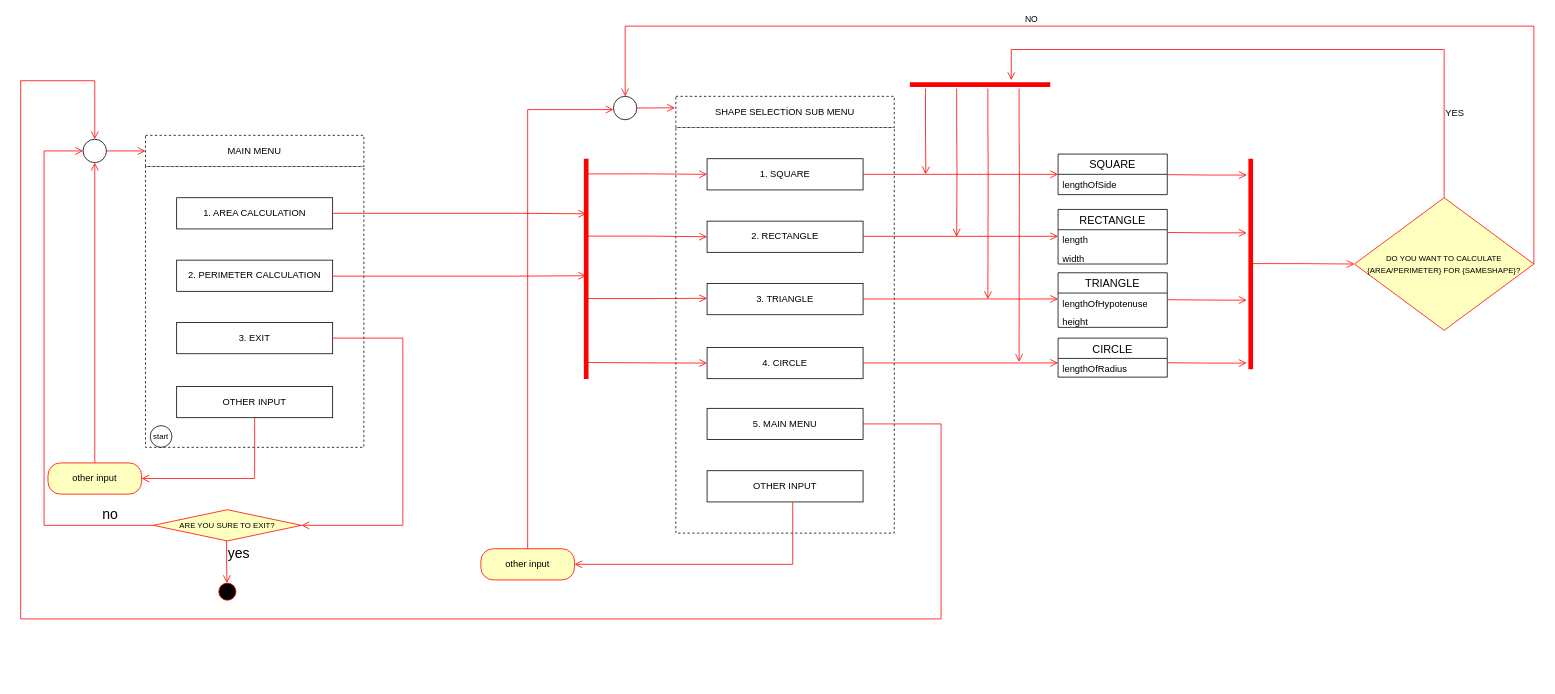
devAbbasAlasgarov/GeometricShapes keeps this draw.io diagram as GeometricShapes.drawio. Above is the earlier version. Source tidied: cells renumbered, new cells numbered last; positions are measured from the earlier drawing's top-left corner, leaving out a move shared by most shapes. Both pictures are drawn from the tidied source at 78%, with x=0, y=0 at pixel (20, 26).
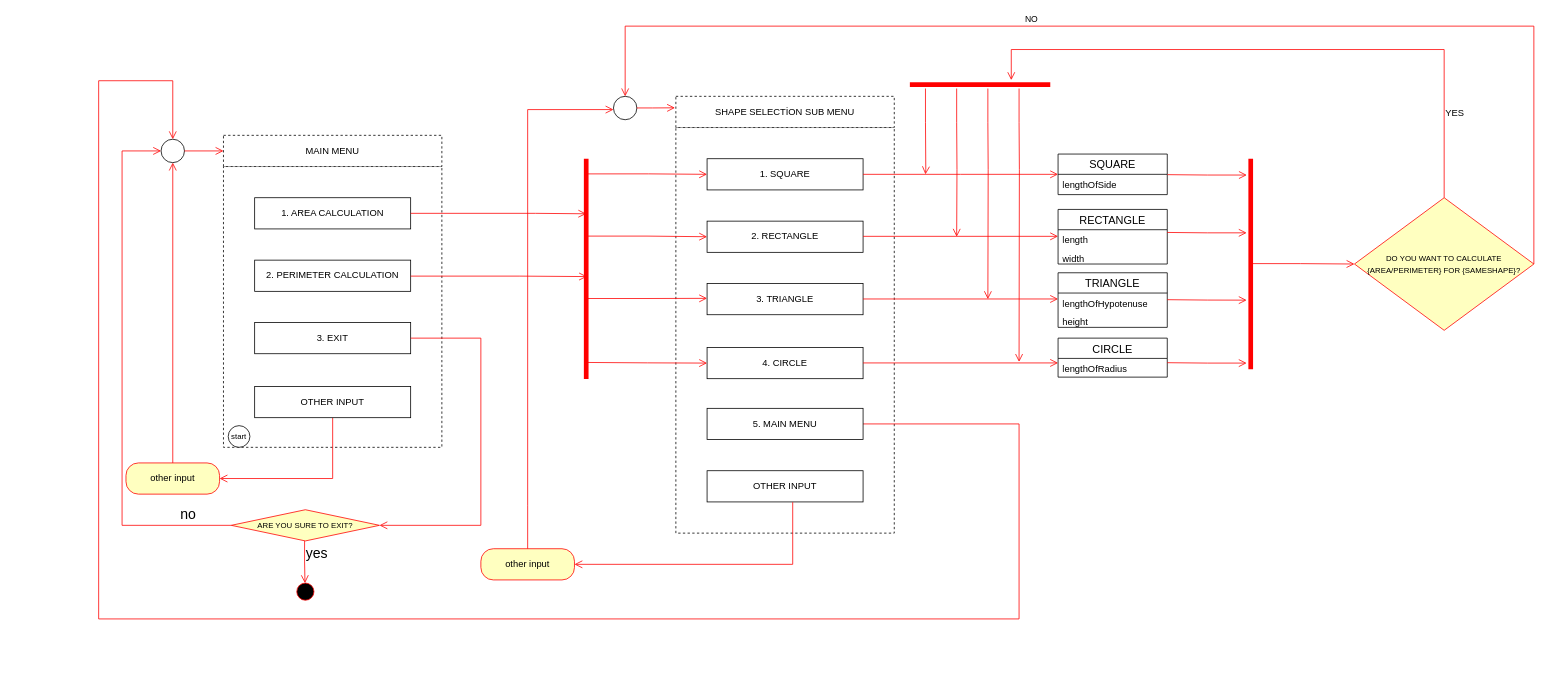
After the change.

The change refers to these unchanged cells:
```xml
<mxCell id="33" value="5. MAIN MENU" style="html=1;whiteSpace=wrap;" parent="1" vertex="1">
  <mxGeometry x="880" y="490" width="200" height="40" as="geometry" />
</mxCell>
<mxCell id="35" style="shape=line;html=1;strokeWidth=6;strokeColor=#ff0000;rotation=-90;" parent="1" vertex="1">
  <mxGeometry x="583.8" y="306.2" width="282.5" height="10" as="geometry" />
</mxCell>
```

Diff of the diagram source:
```diff
@@
     <mxCell id="2" style="fontStyle=0;dashed=1;html=1;whiteSpace=wrap;" parent="1" vertex="1">
-      <mxGeometry x="160" y="180" width="280" height="360" as="geometry" />
+      <mxGeometry x="260" y="180" width="280" height="360" as="geometry" />
     </mxCell>
     <mxCell id="3" value="1. AREA CALCULATION" style="html=1;whiteSpace=wrap;" parent="1" vertex="1">
-      <mxGeometry x="200" y="220" width="200" height="40" as="geometry" />
+      <mxGeometry x="300" y="220" width="200" height="40" as="geometry" />
     </mxCell>
     <mxCell id="4" value="2. PERIMETER CALCULATION" style="html=1;whiteSpace=wrap;" parent="1" vertex="1">
-      <mxGeometry x="200" y="300" width="200" height="40" as="geometry" />
+      <mxGeometry x="300" y="300" width="200" height="40" as="geometry" />
     </mxCell>
     <mxCell id="5" value="3. EXIT" style="html=1;whiteSpace=wrap;" parent="1" vertex="1">
-      <mxGeometry x="200" y="380" width="200" height="40" as="geometry" />
+      <mxGeometry x="300" y="380" width="200" height="40" as="geometry" />
     </mxCell>
     <mxCell id="6" style="group;" parent="1" vertex="1">
-      <mxGeometry x="160" y="512.2" width="40" height="27.8" as="geometry" />
+      <mxGeometry x="260" y="512.2" width="40" height="27.8" as="geometry" />
     </mxCell>
@@
     <mxCell id="9" value="other input" style="rounded=1;whiteSpace=wrap;html=1;arcSize=40;fontColor=#000000;fillColor=#ffffc0;strokeColor=#ff0000;" parent="1" vertex="1">
-      <mxGeometry x="35" y="560" width="120" height="40" as="geometry" />
+      <mxGeometry x="135" y="560" width="120" height="40" as="geometry" />
     </mxCell>
@@
     <mxCell id="11" style="edgeStyle=orthogonalEdgeStyle;html=1;verticalAlign=bottom;endArrow=open;endSize=8;strokeColor=#ff0000;rounded=0;entryX=1;entryY=0.5;entryDx=0;entryDy=0;exitX=0.5;exitY=1;exitDx=0;exitDy=0;" parent="1" edge="1" source="12" target="9">
       <mxGeometry relative="1" as="geometry">
         <Array as="points">
-          <mxPoint x="300" y="580" />
+          <mxPoint x="400" y="580" />
         </Array>
       </mxGeometry>
     </mxCell>
     <mxCell id="12" value="OTHER INPUT" style="html=1;whiteSpace=wrap;" parent="1" vertex="1">
-      <mxGeometry x="200" y="462" width="200" height="40" as="geometry" />
+      <mxGeometry x="300" y="462" width="200" height="40" as="geometry" />
     </mxCell>
     <mxCell id="13" value="&lt;font style=&quot;font-size: 10px;&quot;&gt;ARE YOU SURE TO EXIT?&lt;/font&gt;" style="rhombus;whiteSpace=wrap;html=1;fontColor=#000000;fillColor=#ffffc0;strokeColor=#ff0000;" parent="1" vertex="1">
-      <mxGeometry x="170" y="620" width="190" height="40" as="geometry" />
+      <mxGeometry x="270" y="620" width="190" height="40" as="geometry" />
     </mxCell>
     <mxCell id="14" value="&lt;font style=&quot;font-size: 18px;&quot;&gt;no&lt;/font&gt;" style="edgeStyle=orthogonalEdgeStyle;html=1;align=left;verticalAlign=bottom;endArrow=open;endSize=8;strokeColor=#ff0000;rounded=0;exitX=0;exitY=0.5;exitDx=0;exitDy=0;entryX=0;entryY=0.5;entryDx=0;entryDy=0;" parent="1" edge="1" source="13" target="17">
       <mxGeometry x="-0.8" relative="1" as="geometry">
         <Array as="points">
-          <mxPoint x="30" y="640" />
-          <mxPoint x="30" y="160" />
+          <mxPoint x="130" y="640" />
+          <mxPoint x="130" y="160" />
         </Array>
       </mxGeometry>
     </mxCell>
     <mxCell id="15" style="edgeStyle=orthogonalEdgeStyle;html=1;align=left;verticalAlign=top;endArrow=open;endSize=8;strokeColor=#ff0000;rounded=0;entryX=1;entryY=0.5;entryDx=0;entryDy=0;exitX=1;exitY=0.5;exitDx=0;exitDy=0;" parent="1" edge="1" source="5" target="13">
       <mxGeometry x="-0.09" y="40" relative="1" as="geometry">
         <Array as="points">
-          <mxPoint x="490" y="400" />
-          <mxPoint x="490" y="640" />
+          <mxPoint x="590" y="400" />
+          <mxPoint x="590" y="640" />
         </Array>
       </mxGeometry>
     </mxCell>
     <mxCell id="16" value="MAIN MENU" style="fontStyle=0;dashed=1;html=1;whiteSpace=wrap;" parent="1" vertex="1">
-      <mxGeometry x="160" y="140" width="280" height="40" as="geometry" />
+      <mxGeometry x="260" y="140" width="280" height="40" as="geometry" />
     </mxCell>
     <mxCell id="17" style="ellipse;" parent="1" vertex="1">
-      <mxGeometry x="80" y="145" width="30" height="30" as="geometry" />
+      <mxGeometry x="180" y="145" width="30" height="30" as="geometry" />
     </mxCell>
@@
     <mxCell id="19" style="group;" parent="1" vertex="1">
-      <mxGeometry x="250" y="660" width="30" height="180" as="geometry" />
+      <mxGeometry x="350" y="660" width="30" height="180" as="geometry" />
     </mxCell>
@@
     <mxCell id="32" style="edgeStyle=orthogonalEdgeStyle;html=1;align=left;verticalAlign=top;endArrow=open;endSize=8;strokeColor=#ff0000;rounded=0;exitX=1;exitY=0.5;exitDx=0;exitDy=0;entryX=0.5;entryY=0;entryDx=0;entryDy=0;" parent="1" edge="1" source="33" target="17">
       <mxGeometry x="-0.09" y="40" relative="1" as="geometry">
         <Array as="points">
-          <mxPoint x="1180" y="510" />
-          <mxPoint x="1180" y="760" />
-          <mxPoint y="760" />
-          <mxPoint y="70" />
-          <mxPoint x="95" y="70" />
+          <mxPoint x="1280" y="510" />
+          <mxPoint x="1280" y="760" />
+          <mxPoint x="100" y="760" />
+          <mxPoint x="100" y="70" />
+          <mxPoint x="195" y="70" />
         </Array>
       </mxGeometry>
     </mxCell>
@@
     <mxCell id="34" style="edgeStyle=orthogonalEdgeStyle;html=1;verticalAlign=bottom;endArrow=open;endSize=8;strokeColor=#ff0000;rounded=0;exitX=1;exitY=0.5;exitDx=0;exitDy=0;entryX=0.75;entryY=0.5;entryDx=0;entryDy=0;entryPerimeter=0;" parent="1" edge="1" source="3" target="35">
       <mxGeometry relative="1" as="geometry">
         <Array as="points">
-          <mxPoint x="640" y="240" />
+          <mxPoint x="660" y="240" />
         </Array>
       </mxGeometry>
     </mxCell>
@@
-    <mxCell id="36" style="edgeStyle=orthogonalEdgeStyle;html=1;verticalAlign=bottom;endArrow=open;endSize=8;strokeColor=#ff0000;rounded=0;exitX=1;exitY=0.5;exitDx=0;exitDy=0;" parent="1" edge="1">
+    <mxCell id="36" style="edgeStyle=orthogonalEdgeStyle;html=1;verticalAlign=bottom;endArrow=open;endSize=8;strokeColor=#ff0000;rounded=0;exitX=1;exitY=0.5;exitDx=0;exitDy=0;entryX=0.465;entryY=0.6;entryDx=0;entryDy=0;entryPerimeter=0;" parent="1" edge="1" target="35">
       <mxGeometry relative="1" as="geometry">
-        <mxPoint x="400" y="320.5" as="sourcePoint" />
-        <mxPoint x="725" y="320" as="targetPoint" />
+        <mxPoint x="500" y="320.5" as="sourcePoint" />
         <Array as="points">
           <mxPoint x="640" y="320" />
-          <mxPoint x="710" y="320" />
         </Array>
       </mxGeometry>
     </mxCell>
```
